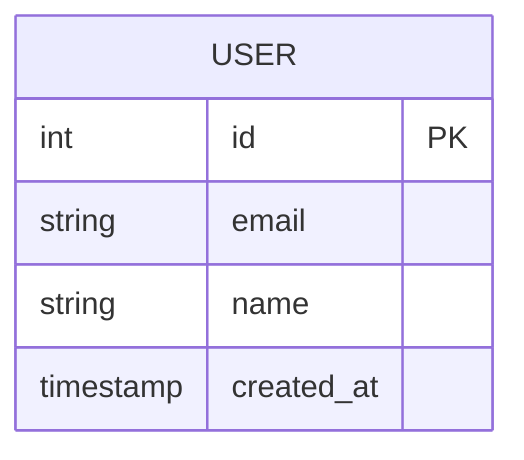
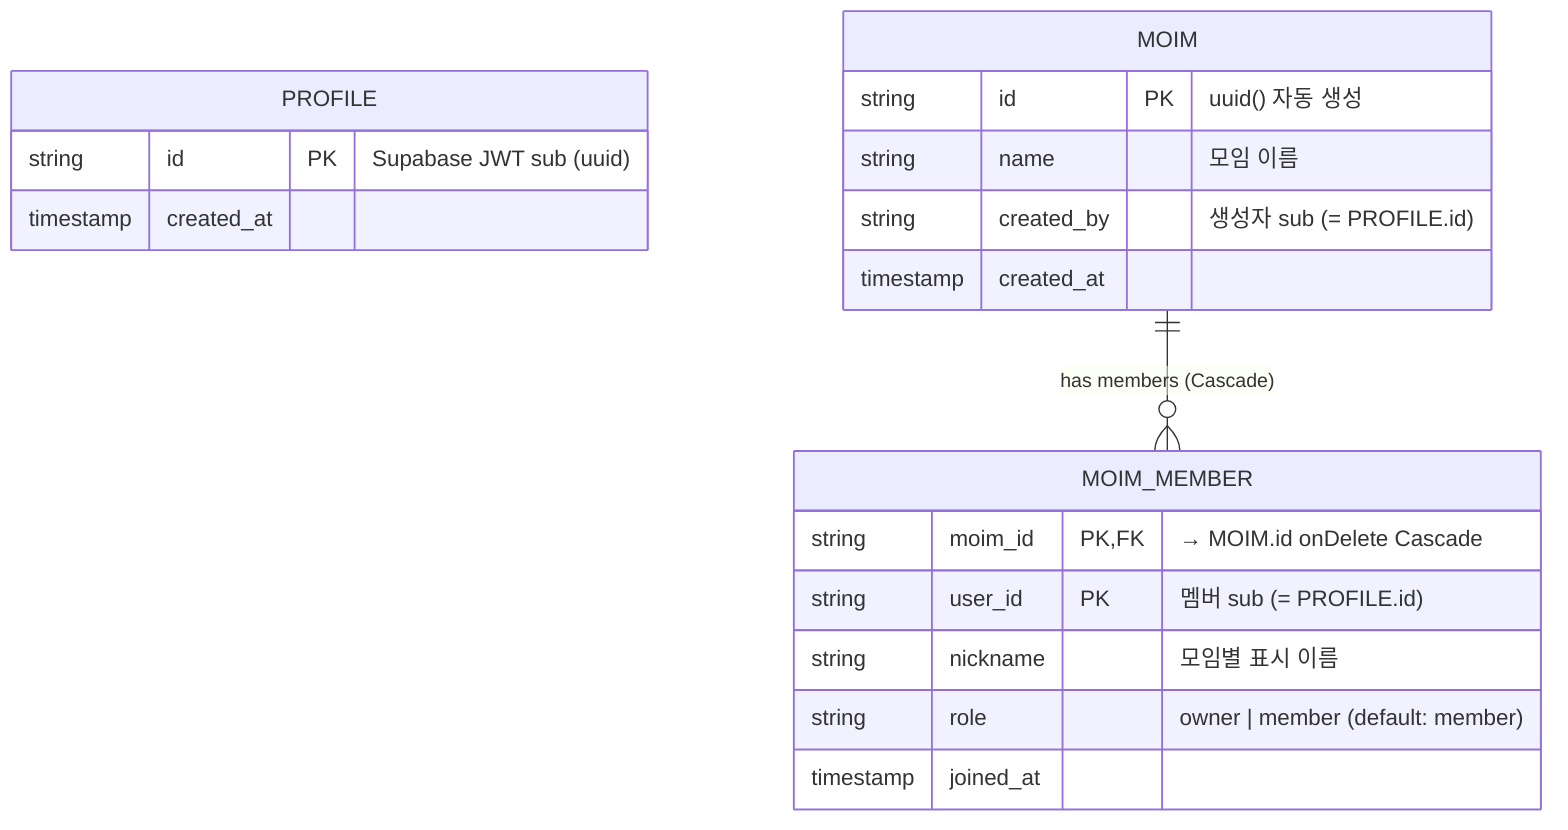
- %% Mermaid ER diagram — auto-generated by moai-domain-db-docs
- %% Do not edit manually — changes will be overwritten on next auto-sync.
- %% To make permanent structural changes, update your migration files instead.
- %% Last generated: _TBD_
+ %% Mermaid ER diagram — 수동 갱신 (db.yaml auto-sync 비활성)
+ %% 기준: apps/backend/prisma/schema.prisma + 마이그레이션 파일
+ %% 최종 갱신: 2026-06-13 (SPEC-MOIM-001 sync)
erDiagram
-     USER {
-         int id PK
-         string email
-         string name
+     PROFILE {
+         string id PK "Supabase JWT sub (uuid)"
        timestamp created_at
    }

-     %% TODO: Add relationships here after running /moai db init
-     %% Example:
-     %% USER ||--o{ POST : "authors"
-     %% POST {
-     %%     int id PK
-     %%     int user_id FK
-     %%     string title
-     %%     timestamp created_at
-     %% }
+     MOIM {
+         string id PK "uuid() 자동 생성"
+         string name "모임 이름"
+         string created_by "생성자 sub (= PROFILE.id)"
+         timestamp created_at
+     }
+ 
+     MOIM_MEMBER {
+         string moim_id PK,FK "→ MOIM.id onDelete Cascade"
+         string user_id PK "멤버 sub (= PROFILE.id)"
+         string nickname "모임별 표시 이름"
+         string role "owner | member (default: member)"
+         timestamp joined_at
+     }
+ 
+     MOIM ||--o{ MOIM_MEMBER : "has members (Cascade)"
